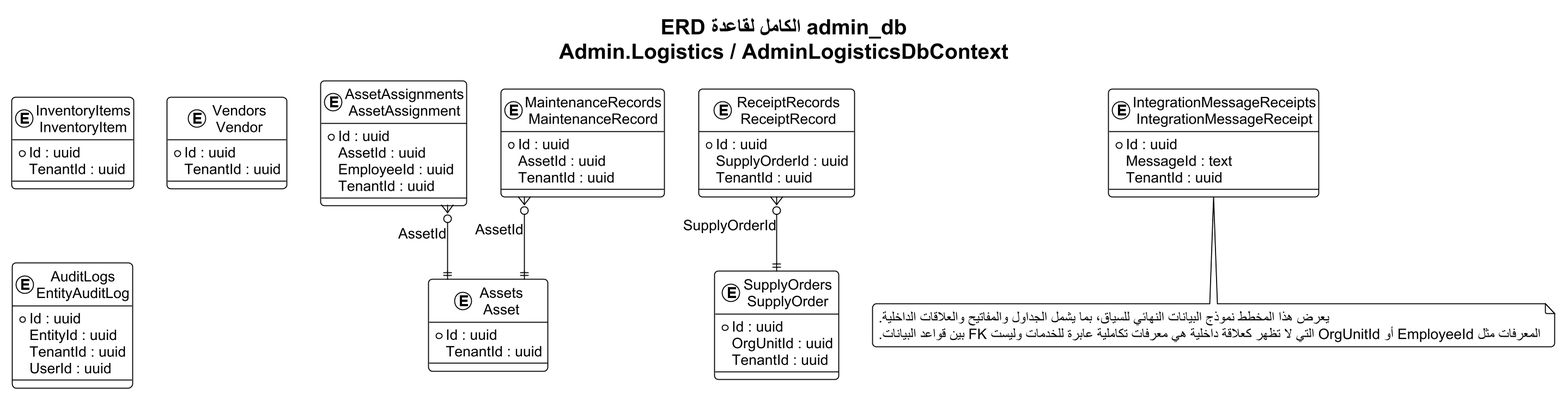
omardefdev/HRManagement keeps this PlantUML diagram as docs/thesis_diagrams/database_erdds/rendered/02_adminlogistics.png. Above is the earlier version. Its diagram source:
```plantuml
@startuml
!theme plain
skinparam backgroundColor #FFFFFF
skinparam defaultFontName Arial
skinparam defaultFontSize 15
skinparam shadowing false
skinparam roundcorner 8
skinparam linetype ortho
skinparam dpi 170
skinparam EntityBorderColor #0F6B73
skinparam EntityBackgroundColor #F4FAFA
top to bottom direction
title "ERD الكامل لقاعدة admin_db\nAdmin.Logistics / AdminLogisticsDbContext"

entity "Assets\nAsset" as T01 {
  * Id : uuid
    TenantId : uuid
}
entity "AssetAssignments\nAssetAssignment" as T02 {
  * Id : uuid
    AssetId : uuid
    EmployeeId : uuid
    TenantId : uuid
}
entity "InventoryItems\nInventoryItem" as T03 {
  * Id : uuid
    TenantId : uuid
}
entity "MaintenanceRecords\nMaintenanceRecord" as T04 {
  * Id : uuid
    AssetId : uuid
    TenantId : uuid
}
entity "ReceiptRecords\nReceiptRecord" as T05 {
  * Id : uuid
    SupplyOrderId : uuid
    TenantId : uuid
}
entity "SupplyOrders\nSupplyOrder" as T06 {
  * Id : uuid
    OrgUnitId : uuid
    TenantId : uuid
}
entity "Vendors\nVendor" as T07 {
  * Id : uuid
    TenantId : uuid
}
entity "AuditLogs\nEntityAuditLog" as T08 {
  * Id : uuid
    EntityId : uuid
    TenantId : uuid
    UserId : uuid
}
entity "IntegrationMessageReceipts\nIntegrationMessageReceipt" as T09 {
  * Id : uuid
    MessageId : text
    TenantId : uuid
}

T02 }o--|| T01 : AssetId
T04 }o--|| T01 : AssetId
T05 }o--|| T06 : SupplyOrderId

note bottom
يعرض هذا المخطط نموذج البيانات النهائي للسياق، بما يشمل الجداول والمفاتيح والعلاقات الداخلية.
المعرفات مثل EmployeeId أو OrgUnitId التي لا تظهر كعلاقة داخلية هي معرفات تكاملية عابرة للخدمات وليست FK بين قواعد البيانات.
end note
@enduml
```
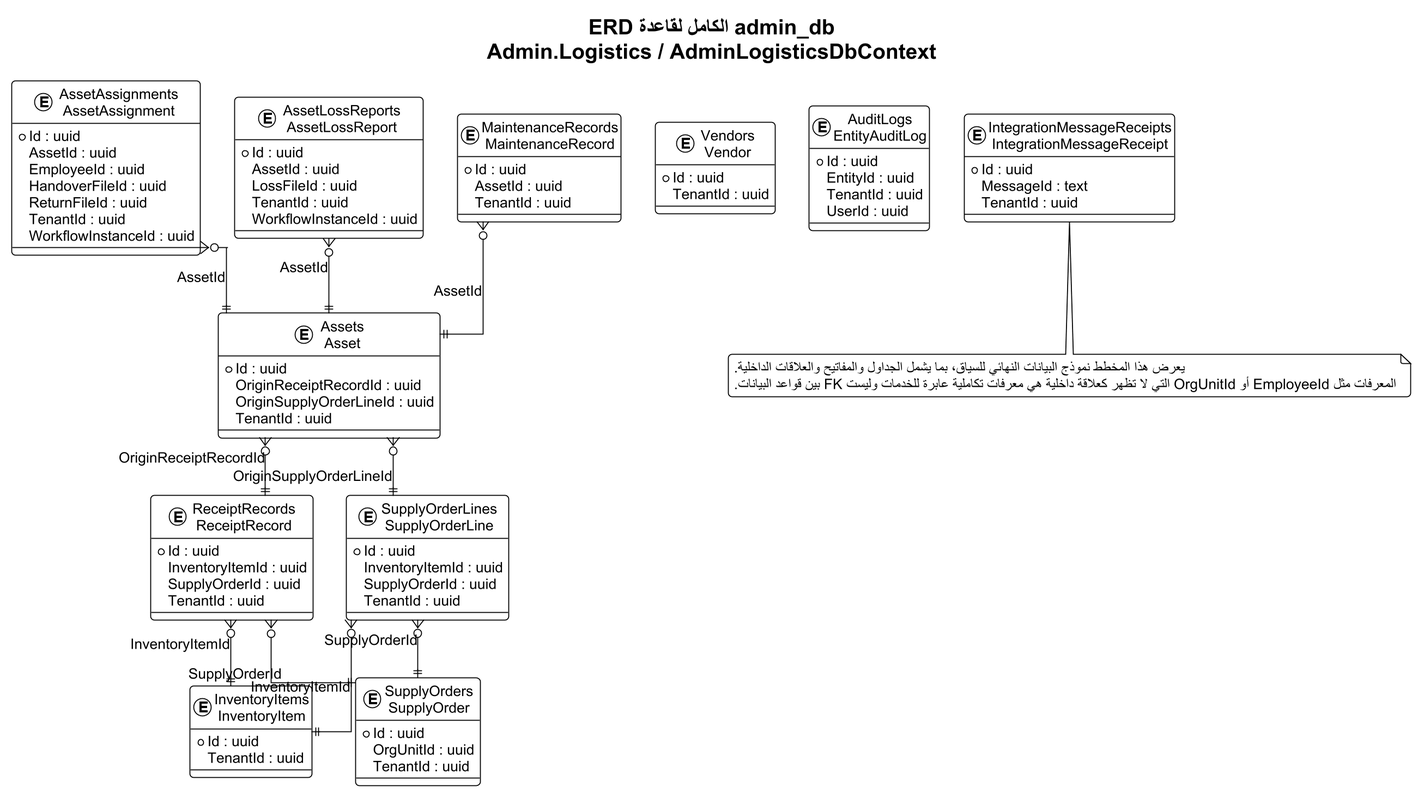
The same file after the commit.

Change to the diagram source:
```diff
@@ -14,52 +14,77 @@
 
 entity "Assets\nAsset" as T01 {
   * Id : uuid
+    OriginReceiptRecordId : uuid
+    OriginSupplyOrderLineId : uuid
     TenantId : uuid
 }
 entity "AssetAssignments\nAssetAssignment" as T02 {
   * Id : uuid
     AssetId : uuid
     EmployeeId : uuid
+    HandoverFileId : uuid
+    ReturnFileId : uuid
     TenantId : uuid
+    WorkflowInstanceId : uuid
 }
-entity "InventoryItems\nInventoryItem" as T03 {
+entity "AssetLossReports\nAssetLossReport" as T03 {
+  * Id : uuid
+    AssetId : uuid
+    LossFileId : uuid
+    TenantId : uuid
+    WorkflowInstanceId : uuid
+}
+entity "InventoryItems\nInventoryItem" as T04 {
   * Id : uuid
     TenantId : uuid
 }
-entity "MaintenanceRecords\nMaintenanceRecord" as T04 {
+entity "MaintenanceRecords\nMaintenanceRecord" as T05 {
   * Id : uuid
     AssetId : uuid
     TenantId : uuid
 }
-entity "ReceiptRecords\nReceiptRecord" as T05 {
+entity "ReceiptRecords\nReceiptRecord" as T06 {
   * Id : uuid
+    InventoryItemId : uuid
     SupplyOrderId : uuid
     TenantId : uuid
 }
-entity "SupplyOrders\nSupplyOrder" as T06 {
+entity "SupplyOrders\nSupplyOrder" as T07 {
   * Id : uuid
     OrgUnitId : uuid
     TenantId : uuid
 }
-entity "Vendors\nVendor" as T07 {
+entity "SupplyOrderLines\nSupplyOrderLine" as T08 {
+  * Id : uuid
+    InventoryItemId : uuid
+    SupplyOrderId : uuid
+    TenantId : uuid
+}
+entity "Vendors\nVendor" as T09 {
   * Id : uuid
     TenantId : uuid
 }
-entity "AuditLogs\nEntityAuditLog" as T08 {
+entity "AuditLogs\nEntityAuditLog" as T10 {
   * Id : uuid
     EntityId : uuid
     TenantId : uuid
     UserId : uuid
 }
-entity "IntegrationMessageReceipts\nIntegrationMessageReceipt" as T09 {
+entity "IntegrationMessageReceipts\nIntegrationMessageReceipt" as T11 {
   * Id : uuid
     MessageId : text
     TenantId : uuid
 }
 
+T01 }o--|| T06 : OriginReceiptRecordId
+T01 }o--|| T08 : OriginSupplyOrderLineId
 T02 }o--|| T01 : AssetId
-T04 }o--|| T01 : AssetId
-T05 }o--|| T06 : SupplyOrderId
+T03 }o--|| T01 : AssetId
+T05 }o--|| T01 : AssetId
+T06 }o--|| T04 : InventoryItemId
+T06 }o--|| T07 : SupplyOrderId
+T08 }o--|| T04 : InventoryItemId
+T08 }o--|| T07 : SupplyOrderId
 
 note bottom
 يعرض هذا المخطط نموذج البيانات النهائي للسياق، بما يشمل الجداول والمفاتيح والعلاقات الداخلية.
```
